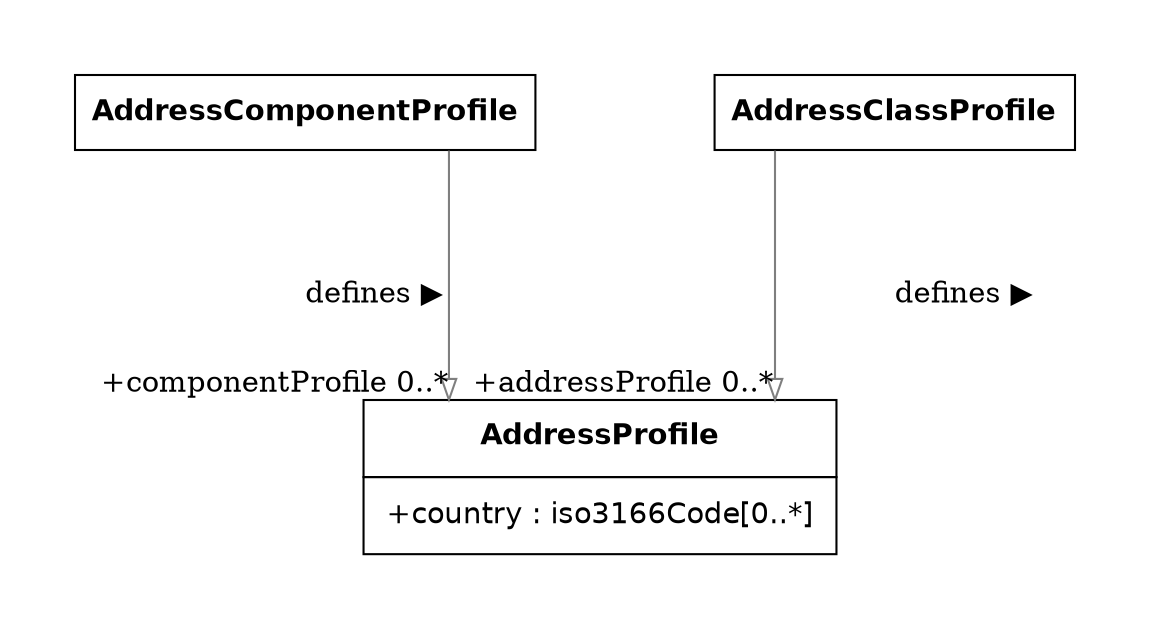
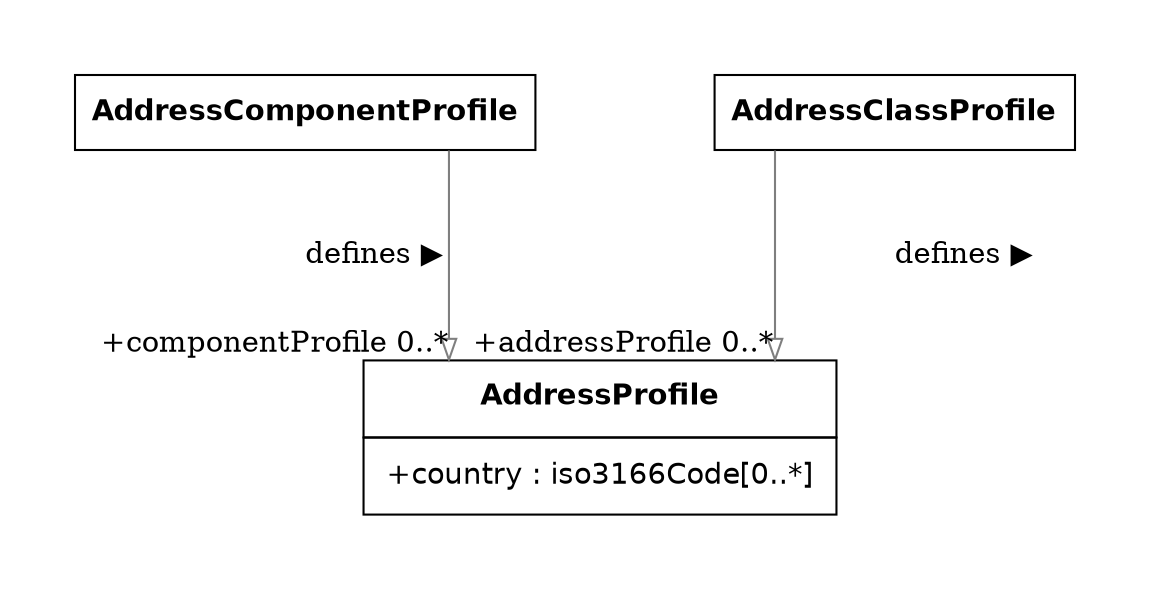
digraph G {
-   graph [splines="ortho" pad=0.5 ranksep="1.2.equally" nodesep="1.2.equally" rankdir="BT"]
+   graph [splines="ortho" pad="0.5" ranksep="1.2" nodesep="1.2" rankdir="BT"]
  edge [color="gray50"]
  node [shape="box" fontname="Helvetica-bold"]

  AddressProfile [
    shape="plain"
    fontname="Helvetica"
    label=<<TABLE BORDER="0" CELLBORDER="1" CELLSPACING="0" CELLPADDING="10">
    <TR>
    <TD><TABLE BORDER="0" CELLPADDING="0" CELLSPACING="0">
    <TR><TD ALIGN="CENTER"><B>AddressProfile</B></TD></TR>
  </TABLE>
  </TD>
  </TR>

  <TR>
    <TD><TABLE BORDER="0" CELLPADDING="0" CELLSPACING="0">
              <TR><TD ALIGN="LEFT">+country : iso3166Code&#91;0..*&#93;</TD></TR>
  </TABLE>
        </TD>
  </TR>

  </TABLE>>]

  AddressProfile -> AddressComponentProfile [dir="back" label="defines ▶" arrowtail="onormal" arrowhead="odiamond" taillabel="+componentProfile 0..*"]
  AddressProfile -> AddressClassProfile [dir="back" label="defines ▶" arrowtail="onormal" arrowhead="odiamond" taillabel="+addressProfile 0..*"]
}
